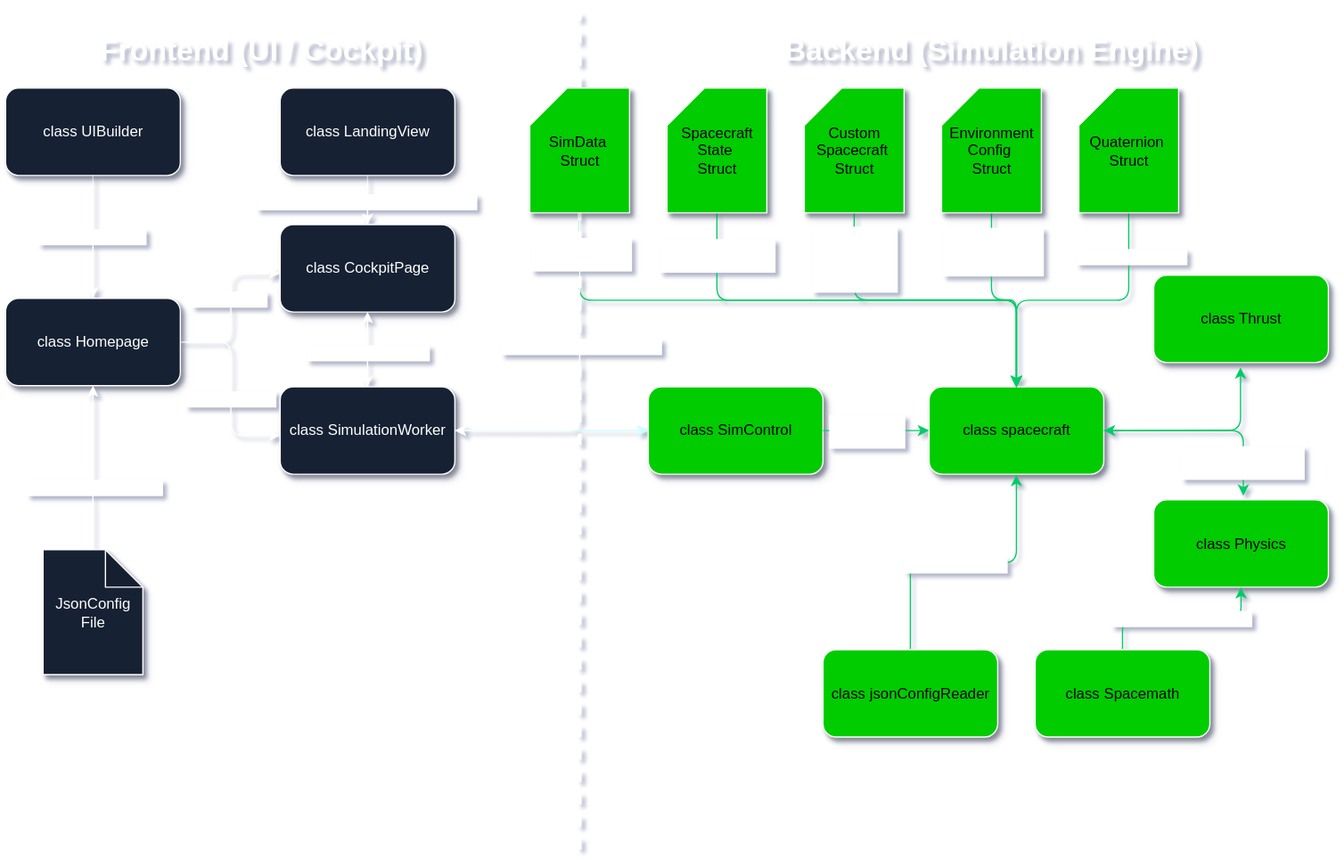
This is static/img/architecture/architecture.drawio.svg from gerd-lrt-dev/aerospace-simulation, a draw.io export, as it was before one commit. Source tidied: cells renumbered, new cells last; positions are measured from the earlier drawing's top-left corner, leaving out a move shared by most shapes.
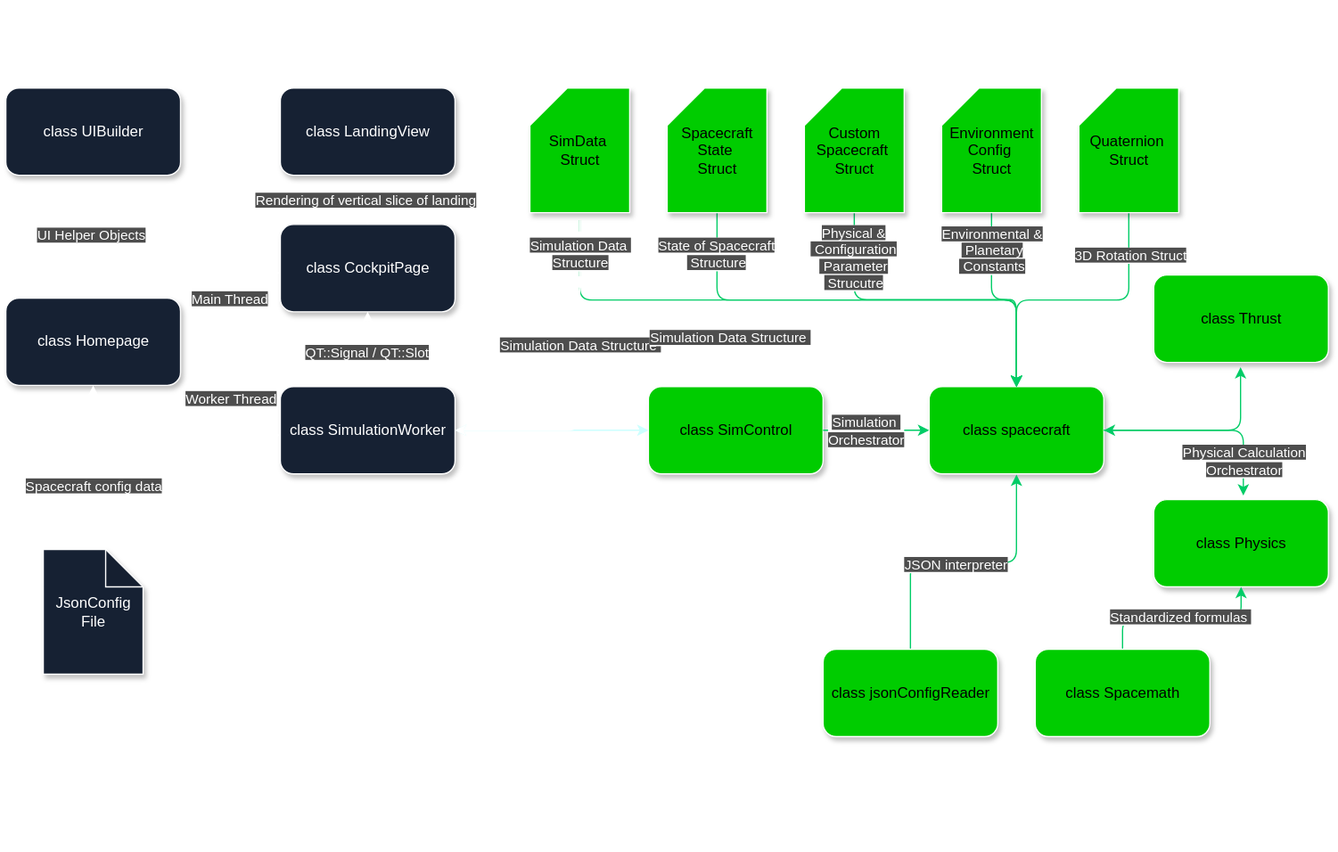
After the commit.

What changed in the source:
```diff
@@ -13,7 +13,7 @@
         <mxPoint x="140" y="273.4" as="sourcePoint" />
       </mxGeometry>
     </mxCell>
-    <mxCell id="5" value="&lt;font style=&quot;color: rgb(255, 255, 255);&quot;&gt;Main Thread&lt;/font&gt;" style="edgeLabel;html=1;align=center;verticalAlign=middle;strokeColor=#FFFFFF;fontColor=#3333FF;fillColor=#182E3E;" parent="4" vertex="1">
+    <mxCell id="5" value="&lt;font style=&quot;color: rgb(255, 255, 255); background-color: rgb(77, 77, 77);&quot;&gt;Main Thread&lt;/font&gt;" style="edgeLabel;html=1;align=center;verticalAlign=middle;strokeColor=#FFFFFF;fontColor=#3333FF;fillColor=#182E3E;" parent="4" vertex="1">
       <mxGeometry x="0.28" y="2" relative="1" as="geometry">
         <mxPoint y="11" as="offset" />
       </mxGeometry>
@@ -23,7 +23,7 @@
         <mxPoint x="140" y="273.4" as="sourcePoint" />
       </mxGeometry>
     </mxCell>
-    <mxCell id="7" value="&lt;font style=&quot;color: rgb(255, 255, 255);&quot;&gt;Worker Thread&lt;/font&gt;" style="edgeLabel;html=1;align=center;verticalAlign=middle;strokeColor=#FFFFFF;fontColor=#0000FF;fillColor=#182E3E;" parent="6" vertex="1">
+    <mxCell id="7" value="&lt;font style=&quot;color: rgb(255, 255, 255); background-color: rgb(77, 77, 77);&quot;&gt;Worker Thread&lt;/font&gt;" style="edgeLabel;html=1;align=center;verticalAlign=middle;strokeColor=#FFFFFF;fontColor=#0000FF;fillColor=#182E3E;" parent="6" vertex="1">
       <mxGeometry x="0.11" y="-1" relative="1" as="geometry" />
     </mxCell>
     <mxCell id="8" style="endArrow=classic;startArrow=classic;html=1;strokeColor=#FFFFFF;entryX=0.5;entryY=1;entryDx=0;entryDy=0;exitX=0.5;exitY=0;exitDx=0;exitDy=0;align=center;verticalAlign=middle;fontFamily=Helvetica;fontSize=11;fontColor=default;labelBackgroundColor=default;fillColor=#6a00ff;rounded=1;" parent="1" edge="1" source="2" target="3">
@@ -32,7 +32,7 @@
     <mxCell id="9" style="edgeLabel;html=1;align=center;verticalAlign=middle;strokeColor=#FFFFFF;fontColor=#FFFFFF;fillColor=#182E3E;" parent="8" vertex="1">
       <mxGeometry x="-0.08" y="-3" relative="1" as="geometry" />
     </mxCell>
-    <mxCell id="10" value="&lt;font style=&quot;color: rgb(255, 255, 255);&quot;&gt;QT::Signal / QT::Slot&lt;/font&gt;" style="edgeLabel;html=1;align=center;verticalAlign=middle;strokeColor=#FFFFFF;fontColor=#0000FF;fillColor=#182E3E;" parent="8" vertex="1">
+    <mxCell id="10" value="&lt;font style=&quot;color: rgb(255, 255, 255); background-color: rgb(77, 77, 77);&quot;&gt;QT::Signal / QT::Slot&lt;/font&gt;" style="edgeLabel;html=1;align=center;verticalAlign=middle;strokeColor=#FFFFFF;fontColor=#0000FF;fillColor=#182E3E;" parent="8" vertex="1">
       <mxGeometry x="-0.08" y="1" relative="1" as="geometry" />
     </mxCell>
     <mxCell id="11" style="edgeStyle=orthogonalEdgeStyle;orthogonalLoop=1;jettySize=auto;html=1;exitX=0.5;exitY=1;exitDx=0;exitDy=0;strokeColor=#23445D;" parent="1" edge="1" source="2" target="2">
@@ -61,7 +61,7 @@
     <mxCell id="18" style="endArrow=classic;html=1;strokeColor=#00CC66;entryX=0;entryY=0.5;entryDx=0;entryDy=0;exitX=1;exitY=0.5;exitDx=0;exitDy=0;" parent="1" edge="1" source="12" target="16">
       <mxGeometry relative="1" as="geometry" />
     </mxCell>
-    <mxCell id="19" value="&lt;font style=&quot;color: rgb(255, 255, 255);&quot;&gt;Simulation&amp;nbsp;&lt;/font&gt;&lt;div&gt;&lt;font style=&quot;color: rgb(255, 255, 255);&quot;&gt;Orchestrator&lt;/font&gt;&lt;/div&gt;" style="edgeLabel;html=1;align=center;verticalAlign=middle;strokeColor=#FFFFFF;fontColor=#FFFFFF;fillColor=#182E3E;" parent="18" vertex="1">
+    <mxCell id="19" value="&lt;font style=&quot;background-color: rgb(77, 77, 77); color: rgb(255, 255, 255);&quot;&gt;Simulation&amp;nbsp;&lt;/font&gt;&lt;div&gt;&lt;font style=&quot;background-color: rgb(77, 77, 77); color: rgb(255, 255, 255);&quot;&gt;Orchestrator&lt;/font&gt;&lt;/div&gt;" style="edgeLabel;html=1;align=center;verticalAlign=middle;strokeColor=#FFFFFF;fontColor=#FFFFFF;fillColor=#182E3E;" parent="18" vertex="1">
       <mxGeometry x="-0.21" relative="1" as="geometry" />
     </mxCell>
     <mxCell id="20" value="class Physics" style="rounded=1;whiteSpace=wrap;html=1;strokeColor=#FFFFFF;fillColor=#00CC00;shadow=1;" parent="1" vertex="1">
@@ -76,9 +76,12 @@
     <mxCell id="23" style="edgeStyle=orthogonalEdgeStyle;jettySize=auto;html=1;exitX=1;exitY=0.5;exitDx=0;exitDy=0;entryX=0.513;entryY=-0.047;entryDx=0;entryDy=0;entryPerimeter=0;strokeColor=#00CC66;fillColor=#e51400;" parent="1" edge="1" source="16" target="20">
       <mxGeometry relative="1" as="geometry" />
     </mxCell>
-    <mxCell id="24" value="&lt;font style=&quot;color: rgb(255, 255, 255);&quot;&gt;Physical Calculation&lt;/font&gt;&lt;div&gt;&lt;font style=&quot;color: rgb(255, 255, 255);&quot;&gt;Orchestrator&lt;/font&gt;&lt;/div&gt;" style="edgeLabel;html=1;align=center;verticalAlign=middle;strokeColor=#FFFFFF;fontColor=#FFFFFF;fillColor=#182E3E;" parent="23" vertex="1">
+    <mxCell id="24" style="edgeLabel;html=1;align=center;verticalAlign=middle;strokeColor=#FFFFFF;fontColor=#FFFFFF;fillColor=#182E3E;" parent="23" vertex="1">
       <mxGeometry x="0.67" y="-1" relative="1" as="geometry" />
     </mxCell>
+    <mxCell id="60" value="&lt;font style=&quot;color: rgb(255, 255, 255); background-color: rgb(77, 77, 77);&quot;&gt;Physical Calculation&lt;/font&gt;&lt;div&gt;&lt;font style=&quot;color: rgb(255, 255, 255); background-color: rgb(77, 77, 77);&quot;&gt;Orchestrator&lt;/font&gt;&lt;/div&gt;" style="edgeLabel;html=1;align=center;verticalAlign=middle;" parent="23" vertex="1">
+      <mxGeometry x="0.66" relative="1" as="geometry" />
+    </mxCell>
     <mxCell id="25" value="&lt;h1&gt;&lt;b&gt;&lt;font style=&quot;color: rgb(255, 255, 255);&quot;&gt;Frontend (UI / Cockpit)&lt;/font&gt;&lt;/b&gt;&lt;/h1&gt;" style="text;html=1;align=center;verticalAlign=middle;whiteSpace=wrap;rounded=0;fillColor=none;" parent="1" vertex="1">
       <mxGeometry x="50" width="310" height="80" as="geometry" />
     </mxCell>
@@ -88,7 +91,7 @@
     <mxCell id="27" style="edgeStyle=orthogonalEdgeStyle;jettySize=auto;html=1;exitX=0.5;exitY=0;exitDx=0;exitDy=0;exitPerimeter=0;entryX=0.5;entryY=1;entryDx=0;entryDy=0;strokeColor=#FFFFFF;fillColor=#6a00ff;" parent="1" edge="1" source="29" target="17">
       <mxGeometry relative="1" as="geometry" />
     </mxCell>
-    <mxCell id="28" value="&lt;span style=&quot;background-color: rgb(255, 255, 255);&quot;&gt;&lt;font style=&quot;color: rgb(255, 255, 255);&quot;&gt;Spacecraft config data&lt;/font&gt;&lt;/span&gt;" style="edgeLabel;html=1;align=center;verticalAlign=middle;strokeColor=#FFFFFF;fontColor=#0000FF;fillColor=#182E3E;" parent="27" vertex="1">
+    <mxCell id="28" value="&lt;span style=&quot;background-color: rgb(77, 77, 77);&quot;&gt;&lt;font style=&quot;color: rgb(255, 255, 255);&quot;&gt;Spacecraft config data&lt;/font&gt;&lt;/span&gt;" style="edgeLabel;html=1;align=center;verticalAlign=middle;strokeColor=#FFFFFF;fontColor=#0000FF;fillColor=#182E3E;" parent="27" vertex="1">
       <mxGeometry x="-0.22" relative="1" as="geometry" />
     </mxCell>
     <mxCell id="29" value="&lt;font style=&quot;color: rgb(255, 255, 255);&quot;&gt;JsonConfig&lt;/font&gt;&lt;div&gt;&lt;font style=&quot;color: rgb(255, 255, 255);&quot;&gt;File&lt;/font&gt;&lt;/div&gt;" style="shape=note;whiteSpace=wrap;html=1;backgroundOutline=1;darkOpacity=0.05;strokeColor=#FFFFFF;fillColor=#162133;shadow=1;" parent="1" vertex="1">
@@ -97,7 +100,7 @@
     <mxCell id="30" style="edgeStyle=orthogonalEdgeStyle;jettySize=auto;html=1;exitX=0.5;exitY=1;exitDx=0;exitDy=0;entryX=0.5;entryY=0;entryDx=0;entryDy=0;strokeColor=#FFFFFF;fillColor=#6a00ff;" parent="1" edge="1" source="32" target="3">
       <mxGeometry relative="1" as="geometry" />
     </mxCell>
-    <mxCell id="31" value="&lt;font style=&quot;color: rgb(255, 255, 255);&quot;&gt;Rendering of vertical slice of landing&lt;/font&gt;" style="edgeLabel;html=1;align=center;verticalAlign=middle;strokeColor=#FFFFFF;fontColor=#0000FF;fillColor=#182E3E;" parent="30" vertex="1">
+    <mxCell id="31" value="&lt;font style=&quot;color: rgb(255, 255, 255); background-color: rgb(77, 77, 77);&quot;&gt;Rendering of vertical slice of landing&lt;/font&gt;" style="edgeLabel;html=1;align=center;verticalAlign=middle;strokeColor=#FFFFFF;fontColor=#0000FF;fillColor=#182E3E;" parent="30" vertex="1">
       <mxGeometry x="0.01" y="-2" relative="1" as="geometry" />
     </mxCell>
     <mxCell id="32" value="&lt;font style=&quot;color: rgb(255, 255, 255);&quot;&gt;class LandingView&lt;/font&gt;" style="rounded=1;whiteSpace=wrap;html=1;strokeColor=#FFFFFF;fillColor=#162133;shadow=1;" parent="1" vertex="1">
@@ -106,7 +109,7 @@
     <mxCell id="33" style="edgeStyle=orthogonalEdgeStyle;jettySize=auto;html=1;exitX=0.5;exitY=1;exitDx=0;exitDy=0;entryX=0.5;entryY=0;entryDx=0;entryDy=0;strokeColor=#FFFFFF;fillColor=#6a00ff;" parent="1" edge="1" source="35" target="17">
       <mxGeometry relative="1" as="geometry" />
     </mxCell>
-    <mxCell id="34" value="&lt;span&gt;&lt;font style=&quot;color: rgb(255, 255, 255);&quot;&gt;UI Helper Objects&lt;/font&gt;&lt;/span&gt;" style="edgeLabel;html=1;align=center;verticalAlign=middle;strokeColor=#FFFFFF;fontColor=#3333FF;fillColor=#182E3E;fontFamily=Helvetica;fontSize=11;labelBackgroundColor=default;gradientColor=none;" parent="33" vertex="1">
+    <mxCell id="34" value="&lt;span style=&quot;background-color: rgb(77, 77, 77);&quot;&gt;&lt;font style=&quot;color: rgb(255, 255, 255);&quot;&gt;UI Helper Objects&lt;/font&gt;&lt;/span&gt;" style="edgeLabel;html=1;align=center;verticalAlign=middle;strokeColor=#FFFFFF;fontColor=#3333FF;fillColor=#182E3E;fontFamily=Helvetica;fontSize=11;labelBackgroundColor=default;gradientColor=none;" parent="33" vertex="1">
       <mxGeometry x="-0.03" y="-2" relative="1" as="geometry" />
     </mxCell>
     <mxCell id="35" value="&lt;font style=&quot;color: rgb(255, 255, 255);&quot;&gt;class UIBuilder&lt;/font&gt;" style="rounded=1;whiteSpace=wrap;html=1;strokeColor=#FFFFFF;fillColor=#162133;shadow=1;" parent="1" vertex="1">
@@ -115,7 +118,7 @@
     <mxCell id="36" style="edgeStyle=orthogonalEdgeStyle;jettySize=auto;html=1;exitX=0.5;exitY=1;exitDx=0;exitDy=0;exitPerimeter=0;entryX=0.5;entryY=0;entryDx=0;entryDy=0;strokeColor=#00CC66;fillColor=#e51400;" parent="1" edge="1" source="38" target="16">
       <mxGeometry relative="1" as="geometry" />
     </mxCell>
-    <mxCell id="37" value="&lt;font style=&quot;color: rgb(255, 255, 255);&quot;&gt;Physical &amp;amp;&lt;/font&gt;&lt;div&gt;&lt;font style=&quot;color: rgb(255, 255, 255);&quot;&gt;&amp;nbsp;Configuration&lt;/font&gt;&lt;/div&gt;&lt;div&gt;&lt;font style=&quot;color: rgb(255, 255, 255);&quot;&gt;&amp;nbsp;Parameter&lt;/font&gt;&lt;/div&gt;&lt;div&gt;&lt;font style=&quot;color: rgb(255, 255, 255);&quot;&gt;&amp;nbsp;Strucutre&lt;/font&gt;&lt;/div&gt;" style="edgeLabel;html=1;align=center;verticalAlign=middle;strokeColor=#FFFFFF;fontColor=#CC0066;fillColor=#182E3E;" parent="36" vertex="1">
+    <mxCell id="37" value="&lt;font style=&quot;color: rgb(255, 255, 255); background-color: rgb(77, 77, 77);&quot;&gt;Physical &amp;amp;&lt;/font&gt;&lt;div&gt;&lt;font style=&quot;color: rgb(255, 255, 255); background-color: rgb(77, 77, 77);&quot;&gt;&amp;nbsp;Configuration&lt;/font&gt;&lt;/div&gt;&lt;div&gt;&lt;font style=&quot;color: rgb(255, 255, 255); background-color: rgb(77, 77, 77);&quot;&gt;&amp;nbsp;Parameter&lt;/font&gt;&lt;/div&gt;&lt;div&gt;&lt;font style=&quot;color: rgb(255, 255, 255); background-color: rgb(77, 77, 77);&quot;&gt;&amp;nbsp;Strucutre&lt;/font&gt;&lt;/div&gt;" style="edgeLabel;html=1;align=center;verticalAlign=middle;strokeColor=#FFFFFF;fontColor=#CC0066;fillColor=#182E3E;" parent="36" vertex="1">
       <mxGeometry x="-0.74" y="-1" relative="1" as="geometry" />
     </mxCell>
     <mxCell id="38" value="Custom Spacecraft&amp;nbsp;&lt;div&gt;Struct&lt;/div&gt;" style="shape=card;whiteSpace=wrap;html=1;strokeColor=#FFFFFF;fillColor=#00CC00;shadow=1;" parent="1" vertex="1">
@@ -124,7 +127,7 @@
     <mxCell id="39" style="edgeStyle=orthogonalEdgeStyle;jettySize=auto;html=1;exitX=0.5;exitY=1;exitDx=0;exitDy=0;exitPerimeter=0;entryX=0.5;entryY=0;entryDx=0;entryDy=0;strokeColor=#00CC66;fillColor=#e51400;" parent="1" edge="1" source="41" target="16">
       <mxGeometry relative="1" as="geometry" />
     </mxCell>
-    <mxCell id="40" value="&lt;font style=&quot;color: rgb(255, 255, 255);&quot;&gt;Environmental &amp;amp;&lt;/font&gt;&lt;div&gt;&lt;font style=&quot;color: rgb(255, 255, 255);&quot;&gt;&amp;nbsp;Planetary&lt;/font&gt;&lt;/div&gt;&lt;div&gt;&lt;font style=&quot;color: rgb(255, 255, 255);&quot;&gt;&amp;nbsp;Constants&lt;/font&gt;&lt;/div&gt;" style="edgeLabel;html=1;align=center;verticalAlign=middle;strokeColor=#FFFFFF;fontColor=#CC0066;fillColor=#182E3E;" parent="39" vertex="1">
+    <mxCell id="40" value="&lt;font style=&quot;color: rgb(255, 255, 255); background-color: rgb(77, 77, 77);&quot;&gt;Environmental &amp;amp;&lt;/font&gt;&lt;div&gt;&lt;font style=&quot;color: rgb(255, 255, 255); background-color: rgb(77, 77, 77);&quot;&gt;&amp;nbsp;Planetary&lt;/font&gt;&lt;/div&gt;&lt;div&gt;&lt;font style=&quot;color: rgb(255, 255, 255); background-color: rgb(77, 77, 77);&quot;&gt;&amp;nbsp;Constants&lt;/font&gt;&lt;/div&gt;" style="edgeLabel;html=1;align=center;verticalAlign=middle;strokeColor=#FFFFFF;fontColor=#CC0066;fillColor=#182E3E;" parent="39" vertex="1">
       <mxGeometry x="-0.68" y="-1" relative="1" as="geometry">
         <mxPoint x="1" y="4" as="offset" />
       </mxGeometry>
@@ -145,10 +148,10 @@
     <mxCell id="44" style="edgeStyle=orthogonalEdgeStyle;jettySize=auto;html=1;exitX=0.5;exitY=1;exitDx=0;exitDy=0;exitPerimeter=0;entryX=1;entryY=0.5;entryDx=0;entryDy=0;strokeColor=#FFFFFF;fillColor=#6a00ff;" parent="1" edge="1" source="47" target="2">
       <mxGeometry relative="1" as="geometry" />
     </mxCell>
-    <mxCell id="45" value="&lt;font style=&quot;color: rgb(255, 255, 255);&quot;&gt;Simulation Data Structure&amp;nbsp;&lt;/font&gt;" style="edgeLabel;html=1;align=center;verticalAlign=middle;strokeColor=#FFFFFF;fontColor=#CC0066;fillColor=#182E3E;" parent="44" vertex="1">
+    <mxCell id="45" value="&lt;font style=&quot;color: rgb(255, 255, 255); background-color: rgb(77, 77, 77);&quot;&gt;Simulation Data Structure&amp;nbsp;&lt;/font&gt;" style="edgeLabel;html=1;align=center;verticalAlign=middle;strokeColor=#FFFFFF;fontColor=#CC0066;fillColor=#182E3E;" parent="44" vertex="1">
       <mxGeometry x="-0.23" relative="1" as="geometry" />
     </mxCell>
-    <mxCell id="46" value="&lt;font style=&quot;color: rgb(255, 255, 255);&quot;&gt;Simulation Data&amp;nbsp;&lt;/font&gt;&lt;div&gt;&lt;font style=&quot;color: rgb(255, 255, 255);&quot;&gt;Structure&lt;/font&gt;&lt;/div&gt;" style="edgeLabel;html=1;align=center;verticalAlign=middle;strokeColor=#FFFFFF;fontColor=#CC0066;fillColor=#182E3E;" parent="44" vertex="1">
+    <mxCell id="46" value="&lt;font style=&quot;color: rgb(255, 255, 255); background-color: rgb(77, 77, 77);&quot;&gt;Simulation Data&amp;nbsp;&lt;/font&gt;&lt;div&gt;&lt;font style=&quot;color: rgb(255, 255, 255); background-color: rgb(77, 77, 77);&quot;&gt;Structure&lt;/font&gt;&lt;/div&gt;" style="edgeLabel;html=1;align=center;verticalAlign=middle;strokeColor=#FFFFFF;fontColor=#CC0066;fillColor=#182E3E;fontFamily=Helvetica;fontSize=11;labelBackgroundColor=default;gradientColor=none;" parent="44" vertex="1">
       <mxGeometry x="-0.77" relative="1" as="geometry" />
     </mxCell>
     <mxCell id="47" value="SimData&amp;nbsp;&lt;div&gt;Struct&lt;/div&gt;" style="shape=card;whiteSpace=wrap;html=1;strokeColor=#FFFFFF;fillColor=#00CC00;shadow=1;" parent="1" vertex="1">
@@ -159,7 +162,7 @@
         <mxPoint x="810" y="310" as="targetPoint" />
       </mxGeometry>
     </mxCell>
-    <mxCell id="49" value="&lt;font style=&quot;color: rgb(255, 255, 255);&quot;&gt;State of Spacecraft&lt;/font&gt;&lt;div&gt;&lt;font style=&quot;color: rgb(255, 255, 255);&quot;&gt;&amp;nbsp;Structure&lt;/font&gt;&lt;/div&gt;" style="edgeLabel;html=1;align=center;verticalAlign=middle;strokeColor=#FFFFFF;fontColor=#CC0066;fillColor=#182E3E;" parent="48" vertex="1">
+    <mxCell id="49" value="&lt;font style=&quot;color: rgb(255, 255, 255); background-color: rgb(77, 77, 77);&quot;&gt;State of Spacecraft&lt;/font&gt;&lt;div&gt;&lt;font style=&quot;color: rgb(255, 255, 255); background-color: rgb(77, 77, 77);&quot;&gt;&amp;nbsp;Structure&lt;/font&gt;&lt;/div&gt;" style="edgeLabel;html=1;align=center;verticalAlign=middle;strokeColor=#FFFFFF;fontColor=#CC0066;fillColor=#182E3E;" parent="48" vertex="1">
       <mxGeometry x="-0.83" y="-1" relative="1" as="geometry" />
     </mxCell>
     <mxCell id="50" value="Spacecraft State&amp;nbsp;&lt;div&gt;Struct&lt;/div&gt;" style="shape=card;whiteSpace=wrap;html=1;strokeColor=#FFFFFF;fillColor=#00CC00;shadow=1;" parent="1" vertex="1">
@@ -168,7 +171,7 @@
     <mxCell id="51" style="edgeStyle=orthogonalEdgeStyle;jettySize=auto;html=1;exitX=0.5;exitY=0;exitDx=0;exitDy=0;entryX=0.5;entryY=1;entryDx=0;entryDy=0;strokeColor=#00CC66;" parent="1" edge="1" source="53" target="20">
       <mxGeometry relative="1" as="geometry" />
     </mxCell>
-    <mxCell id="52" value="&lt;font style=&quot;color: rgb(255, 255, 255);&quot;&gt;Standardized formulas&amp;nbsp;&lt;/font&gt;" style="edgeLabel;html=1;align=center;verticalAlign=middle;strokeColor=#FFFFFF;fontColor=#FFFFFF;fillColor=#182E3E;" parent="51" vertex="1">
+    <mxCell id="52" value="&lt;font style=&quot;color: rgb(255, 255, 255); background-color: rgb(77, 77, 77);&quot;&gt;Standardized formulas&amp;nbsp;&lt;/font&gt;" style="edgeLabel;html=1;align=center;verticalAlign=middle;strokeColor=#FFFFFF;fontColor=#FFFFFF;fillColor=#182E3E;" parent="51" vertex="1">
       <mxGeometry x="-0.02" y="1" relative="1" as="geometry" />
     </mxCell>
     <mxCell id="53" value="class Spacemath" style="rounded=1;whiteSpace=wrap;html=1;strokeColor=#FFFFFF;fillColor=#00CC00;shadow=1;" parent="1" vertex="1">
@@ -183,7 +186,7 @@
         </Array>
       </mxGeometry>
     </mxCell>
-    <mxCell id="55" value="&lt;font style=&quot;color: rgb(255, 255, 255);&quot;&gt;3D Rotation Struct&lt;/font&gt;" style="edgeLabel;html=1;align=center;verticalAlign=middle;strokeColor=#FFFFFF;fontColor=#CC0066;fillColor=#182E3E;" parent="54" vertex="1">
+    <mxCell id="55" value="&lt;font style=&quot;color: rgb(255, 255, 255); background-color: rgb(77, 77, 77);&quot;&gt;3D Rotation Struct&lt;/font&gt;" style="edgeLabel;html=1;align=center;verticalAlign=middle;strokeColor=#FFFFFF;fontColor=#CC0066;fillColor=#182E3E;" parent="54" vertex="1">
       <mxGeometry x="-0.57" y="1" relative="1" as="geometry" />
     </mxCell>
     <mxCell id="56" value="Quaternion&amp;nbsp;&lt;div&gt;Struct&lt;/div&gt;" style="shape=card;whiteSpace=wrap;html=1;strokeColor=#FFFFFF;fillColor=#00CC00;shadow=1;" parent="1" vertex="1">
@@ -194,11 +197,14 @@
         <mxPoint x="810" y="380" as="targetPoint" />
       </mxGeometry>
     </mxCell>
-    <mxCell id="58" value="&lt;font style=&quot;color: rgb(255, 255, 255);&quot;&gt;JSON interpreter&lt;/font&gt;" style="edgeLabel;html=1;align=center;verticalAlign=middle;strokeColor=#FFFFFF;fontColor=#FFFFFF;fillColor=#182E3E;" parent="57" vertex="1">
+    <mxCell id="58" value="&lt;font style=&quot;color: rgb(255, 255, 255); background-color: rgb(77, 77, 77);&quot;&gt;JSON interpreter&lt;/font&gt;" style="edgeLabel;html=1;align=center;verticalAlign=middle;strokeColor=#FFFFFF;fontColor=#FFFFFF;fillColor=#182E3E;" parent="57" vertex="1">
       <mxGeometry x="-0.07" y="-1" relative="1" as="geometry" />
     </mxCell>
     <mxCell id="59" value="class jsonConfigReader" style="rounded=1;whiteSpace=wrap;html=1;strokeColor=#FFFFFF;fillColor=#00CC00;shadow=1;" parent="1" vertex="1">
       <mxGeometry x="655" y="520" width="140" height="70" as="geometry" />
     </mxCell>
+    <mxCell id="61" value="&lt;font style=&quot;color: rgb(255, 255, 255); background-color: rgb(77, 77, 77);&quot;&gt;Simulation Data Structure&amp;nbsp;&lt;/font&gt;" style="edgeLabel;html=1;align=center;verticalAlign=middle;strokeColor=#FFFFFF;fontColor=#CC0066;fillColor=#182E3E;" parent="1" vertex="1">
+      <mxGeometry x="580" y="270" as="geometry" />
+    </mxCell>
   </root>
 </mxGraphModel>
```
